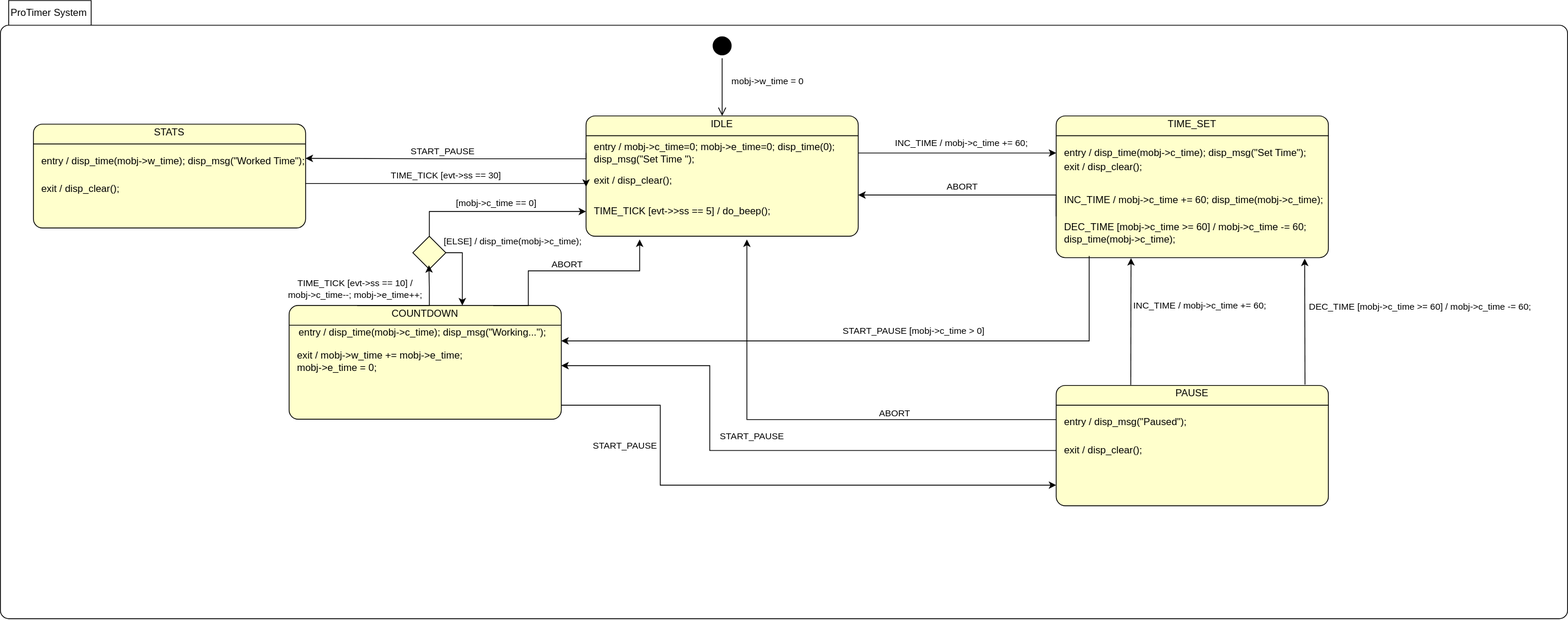
This is doc/fsm/ProTimer.drawio.svg from s-rincon/fw-stm32-productivity-timer, a draw.io export, as it was before one commit. Source tidied: cells renumbered, new cells last; positions are measured from the earlier drawing's top-left corner, leaving out a move shared by most shapes.
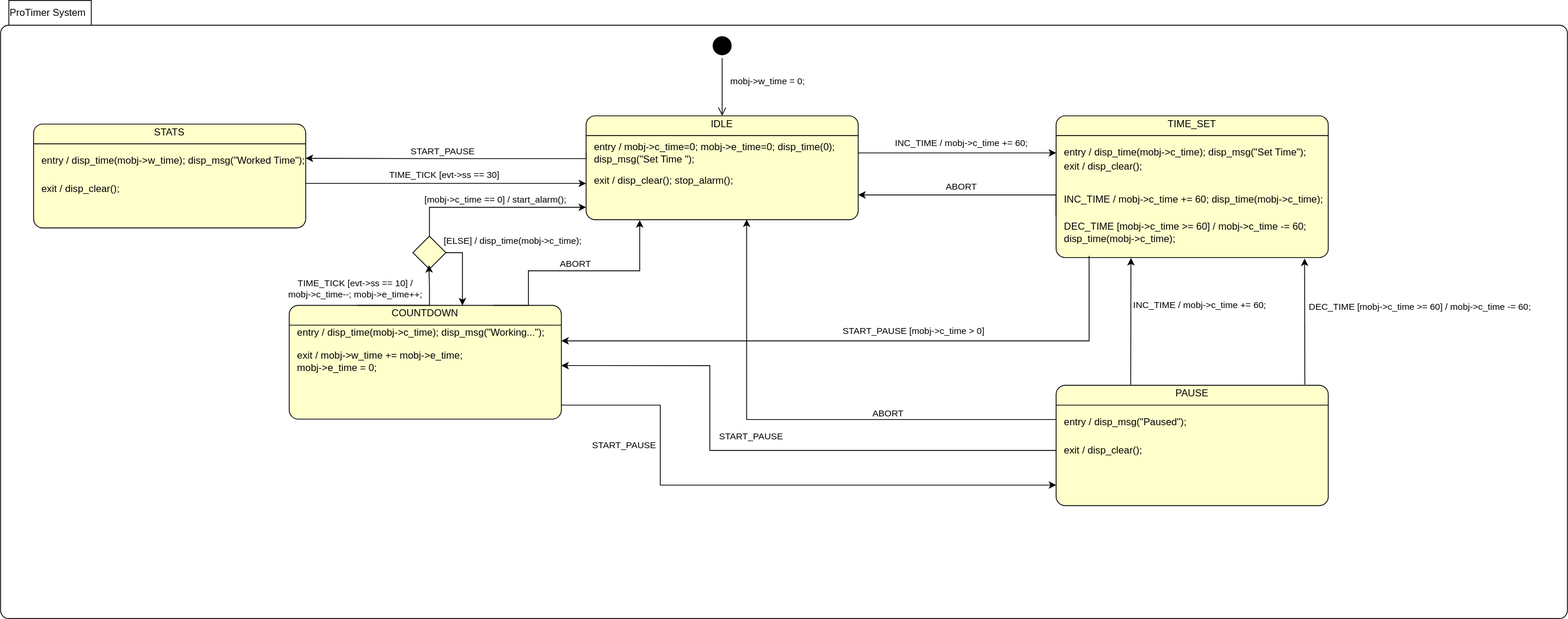
After the change.

Commit message:
feat(protimer): implement alarm beep when working time is completed.

The edit, as a diff of the source:
```diff
@@ -33,7 +33,7 @@
       <mxGeometry y="106" width="330" height="20" as="geometry" />
     </mxCell>
     <mxCell id="12" style="fontStyle=1;align=center;verticalAlign=middle;horizontal=1;rounded=1;absoluteArcSize=1;arcSize=22;fillColor=#FFFFCC;" parent="1" vertex="1">
-      <mxGeometry x="710" y="140" width="330" height="146" as="geometry" />
+      <mxGeometry x="710" y="140" width="330" height="126" as="geometry" />
     </mxCell>
     <mxCell id="13" value="IDLE" style="html=1;align=center;spacing=0;verticalAlign=middle;strokeColor=none;fillColor=none;whiteSpace=wrap;" parent="12" vertex="1">
       <mxGeometry width="330" height="20" as="geometry" />
@@ -50,17 +50,14 @@
     <mxCell id="17" style="html=1;align=left;spacing=0;spacingLeft=10;verticalAlign=middle;strokeColor=none;fillColor=none;whiteSpace=wrap;" parent="12" vertex="1">
       <mxGeometry y="52" width="330" height="20" as="geometry" />
     </mxCell>
-    <mxCell id="18" value="exit / disp_clear();" style="html=1;align=left;spacingLeft=10;spacing=0;verticalAlign=middle;strokeColor=none;fillColor=none;whiteSpace=wrap;" parent="12" vertex="1">
+    <mxCell id="18" value="exit / disp_clear(); stop_alarm();" style="html=1;align=left;spacingLeft=10;spacing=0;verticalAlign=middle;strokeColor=none;fillColor=none;whiteSpace=wrap;" parent="12" vertex="1">
       <mxGeometry y="72" width="330" height="14" as="geometry" />
     </mxCell>
     <mxCell id="19" style="html=1;align=left;spacing=0;spacingLeft=10;verticalAlign=middle;strokeColor=none;fillColor=none;whiteSpace=wrap;" parent="12" vertex="1">
       <mxGeometry y="86" width="330" height="20" as="geometry" />
     </mxCell>
-    <mxCell id="20" value="TIME_TICK [evt-&amp;gt;&amp;gt;ss == 5] / do_beep();" style="html=1;align=left;spacing=0;spacingLeft=10;verticalAlign=middle;strokeColor=none;fillColor=none;whiteSpace=wrap;" parent="12" vertex="1">
-      <mxGeometry y="106" width="330" height="20" as="geometry" />
-    </mxCell>
     <mxCell id="21" style="html=1;align=left;spacing=0;spacingLeft=10;verticalAlign=middle;strokeColor=none;fillColor=none;whiteSpace=wrap;" parent="12" vertex="1">
-      <mxGeometry y="126" width="330" height="20" as="geometry" />
+      <mxGeometry y="106" width="330" height="20" as="geometry" />
     </mxCell>
     <mxCell id="22" style="fontStyle=1;align=center;verticalAlign=middle;horizontal=1;rounded=1;absoluteArcSize=1;arcSize=22;fillColor=#FFFFCC;" parent="1" vertex="1">
       <mxGeometry x="1280" y="140" width="330" height="172" as="geometry" />
@@ -158,7 +155,7 @@
     <mxCell id="53" style="edgeStyle=orthogonalEdgeStyle;html=1;verticalAlign=bottom;endArrow=open;endSize=8;strokeColor=#000000;rounded=0;entryX=0.5;entryY=0;entryDx=0;entryDy=0;" parent="1" edge="1" source="52" target="13">
       <mxGeometry relative="1" as="geometry" />
     </mxCell>
-    <mxCell id="54" value="mobj-&amp;gt;w_time = 0&amp;nbsp;" style="edgeLabel;html=1;align=center;verticalAlign=middle;" parent="53" vertex="1">
+    <mxCell id="54" value="mobj-&amp;gt;w_time = 0;" style="edgeLabel;html=1;align=center;verticalAlign=middle;" parent="53" vertex="1">
       <mxGeometry x="0.07" relative="1" as="geometry">
         <mxPoint x="55" y="-10" as="offset" />
       </mxGeometry>
@@ -239,9 +236,8 @@
         <mxPoint x="-156" y="-48" as="offset" />
       </mxGeometry>
     </mxCell>
-    <mxCell id="67" style="edgeStyle=orthogonalEdgeStyle;rounded=0;jettySize=auto;html=1;exitX=0;exitY=0.25;exitDx=0;exitDy=0;" parent="1" edge="1" source="46">
+    <mxCell id="67" style="edgeStyle=orthogonalEdgeStyle;rounded=0;jettySize=auto;html=1;exitX=0;exitY=0.25;exitDx=0;exitDy=0;entryX=0.59;entryY=0.991;entryDx=0;entryDy=0;entryPerimeter=0;" parent="1" edge="1" source="46" target="21">
       <mxGeometry relative="1" as="geometry">
-        <mxPoint x="905" y="290" as="targetPoint" />
         <Array as="points">
           <mxPoint x="905" y="509" />
         </Array>
@@ -252,13 +248,14 @@
         <mxPoint x="14" y="-8" as="offset" />
       </mxGeometry>
     </mxCell>
-    <mxCell id="69" style="edgeStyle=orthogonalEdgeStyle;rounded=0;jettySize=auto;html=1;exitX=0.75;exitY=0;exitDx=0;exitDy=0;" parent="1" edge="1" source="34">
+    <mxCell id="69" style="edgeStyle=orthogonalEdgeStyle;rounded=0;jettySize=auto;html=1;exitX=0.75;exitY=0;exitDx=0;exitDy=0;entryX=0.197;entryY=1.032;entryDx=0;entryDy=0;entryPerimeter=0;" parent="1" edge="1" source="34" target="21">
       <mxGeometry relative="1" as="geometry">
-        <mxPoint x="775" y="290" as="targetPoint" />
         <Array as="points">
           <mxPoint x="640" y="370" />
           <mxPoint x="640" y="328" />
           <mxPoint x="775" y="328" />
+          <mxPoint x="775" y="290" />
+          <mxPoint x="775" y="290" />
         </Array>
       </mxGeometry>
     </mxCell>
@@ -267,12 +264,12 @@
         <mxPoint x="14" y="-6" as="offset" />
       </mxGeometry>
     </mxCell>
-    <mxCell id="71" style="edgeStyle=orthogonalEdgeStyle;rounded=0;jettySize=auto;html=1;exitX=0.5;exitY=0;exitDx=0;exitDy=0;entryX=0;entryY=0.5;entryDx=0;entryDy=0;" parent="1" edge="1" source="73" target="20">
+    <mxCell id="71" style="edgeStyle=orthogonalEdgeStyle;rounded=0;jettySize=auto;html=1;exitX=0.5;exitY=0;exitDx=0;exitDy=0;entryX=0;entryY=0.25;entryDx=0;entryDy=0;" parent="1" edge="1" source="73" target="21">
       <mxGeometry relative="1" as="geometry" />
     </mxCell>
-    <mxCell id="72" value="[mobj-&amp;gt;c_time == 0]" style="edgeLabel;html=1;align=center;verticalAlign=middle;" parent="71" vertex="1">
+    <mxCell id="72" value="[mobj-&amp;gt;c_time == 0] / start_alarm();" style="edgeLabel;html=1;align=center;verticalAlign=middle;" parent="71" vertex="1">
       <mxGeometry x="-0.05" y="1" relative="1" as="geometry">
-        <mxPoint x="6" y="-9" as="offset" />
+        <mxPoint x="8" y="-8" as="offset" />
       </mxGeometry>
     </mxCell>
     <mxCell id="73" style="rhombus;whiteSpace=wrap;html=1;fillColor=#FFFFCC;" parent="1" vertex="1">
@@ -330,8 +327,9 @@
         <mxPoint x="5" y="-7" as="offset" />
       </mxGeometry>
     </mxCell>
-    <mxCell id="82" style="edgeStyle=orthogonalEdgeStyle;rounded=0;jettySize=auto;html=1;exitX=1;exitY=0;exitDx=0;exitDy=0;entryX=0;entryY=0;entryDx=0;entryDy=0;" parent="1" edge="1" source="9" target="19">
+    <mxCell id="82" style="edgeStyle=orthogonalEdgeStyle;rounded=0;jettySize=auto;html=1;exitX=1;exitY=0;exitDx=0;exitDy=0;" parent="1" edge="1" source="9">
       <mxGeometry relative="1" as="geometry">
+        <mxPoint x="710" y="222" as="targetPoint" />
         <Array as="points">
           <mxPoint x="710" y="222" />
         </Array>
```
